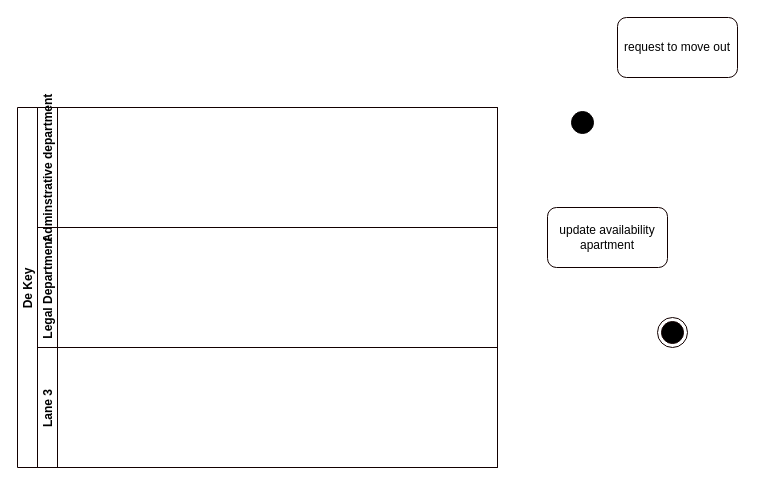
Before: activity_diagram_de_key.drawio in Barager/IS-design, a draw.io diagram. Source tidied: cells renumbered, new cells numbered last; positions are measured from the earlier drawing's top-left corner, leaving out a move shared by most shapes. Both pictures are drawn from the tidied source at 100%, with x=0, y=0 at pixel (17, 17).
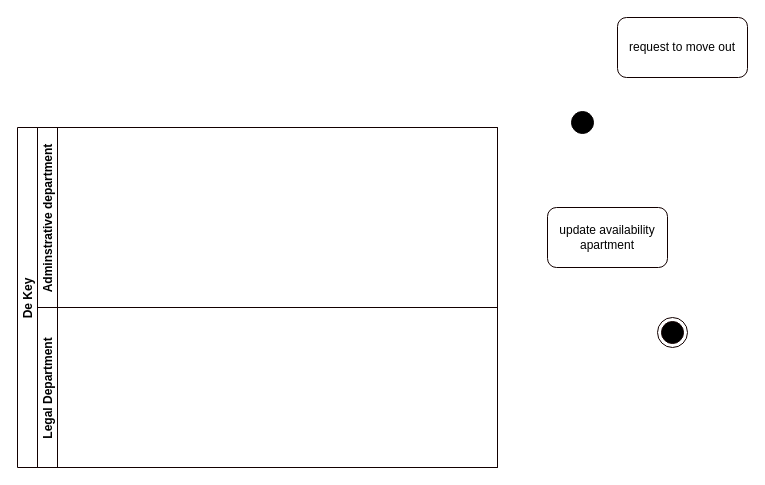
After the change.

The edit, as a diff of the source:
```diff
@@
 <mxGraphModel>
   <root>
     <mxCell id="0" />
     <mxCell id="1" parent="0" />
     <mxCell id="2" style="ellipse;html=1;shape=startState;fillColor=#000000;strokeColor=#030000;gradientColor=none;" parent="1" vertex="1">
       <mxGeometry x="550" y="90" width="30" height="30" as="geometry" />
     </mxCell>
     <mxCell id="3" style="ellipse;html=1;shape=endState;fillColor=#000000;strokeColor=#120000;" parent="1" vertex="1">
       <mxGeometry x="640" y="300" width="30" height="30" as="geometry" />
     </mxCell>
     <mxCell id="4" value="request to move out" style="rounded=1;whiteSpace=wrap;html=1;strokeColor=#120000;fillColor=none;gradientColor=none;" parent="1" vertex="1">
-      <mxGeometry x="600" width="120" height="60" as="geometry" />
+      <mxGeometry x="600" width="130" height="60" as="geometry" />
     </mxCell>
     <mxCell id="5" value="update availability apartment" style="rounded=1;whiteSpace=wrap;html=1;strokeColor=#120000;fillColor=none;gradientColor=none;" parent="1" vertex="1">
       <mxGeometry x="530" y="190" width="120" height="60" as="geometry" />
     </mxCell>
     <mxCell id="6" value="De Key" style="swimlane;horizontal=0;startSize=20;strokeColor=#120000;fillColor=none;gradientColor=none;" parent="1" vertex="1">
-      <mxGeometry y="90" width="480" height="360" as="geometry" />
+      <mxGeometry y="110" width="480" height="340" as="geometry" />
     </mxCell>
     <mxCell id="7" value="Adminstrative department" style="swimlane;startSize=20;horizontal=0;strokeColor=#120000;fillColor=none;gradientColor=none;" parent="6" vertex="1">
-      <mxGeometry x="20" width="460" height="120" as="geometry" />
+      <mxGeometry x="20" width="460" height="180" as="geometry" />
     </mxCell>
     <mxCell id="8" value="Legal Department" style="swimlane;startSize=20;horizontal=0;strokeColor=#120000;fillColor=none;gradientColor=none;" parent="6" vertex="1">
-      <mxGeometry x="20" y="120" width="460" height="120" as="geometry" />
+      <mxGeometry x="20" y="180" width="460" height="160" as="geometry" />
     </mxCell>
-    <mxCell id="9" value="Lane 3" style="swimlane;startSize=20;horizontal=0;strokeColor=#120000;fillColor=none;gradientColor=none;" parent="6" vertex="1">
-      <mxGeometry x="20" y="240" width="460" height="120" as="geometry" />
-    </mxCell>
   </root>
 </mxGraphModel>
```
